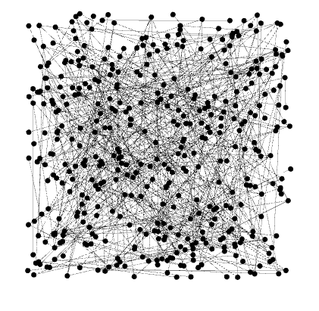
isailg/GraphLibrary keeps this Graphviz diagram as Graph Images/ErdosRenyi500.png. Above is the earlier version. Its source is kept beside it as GraphViz/ErdosRenyi500.gv.
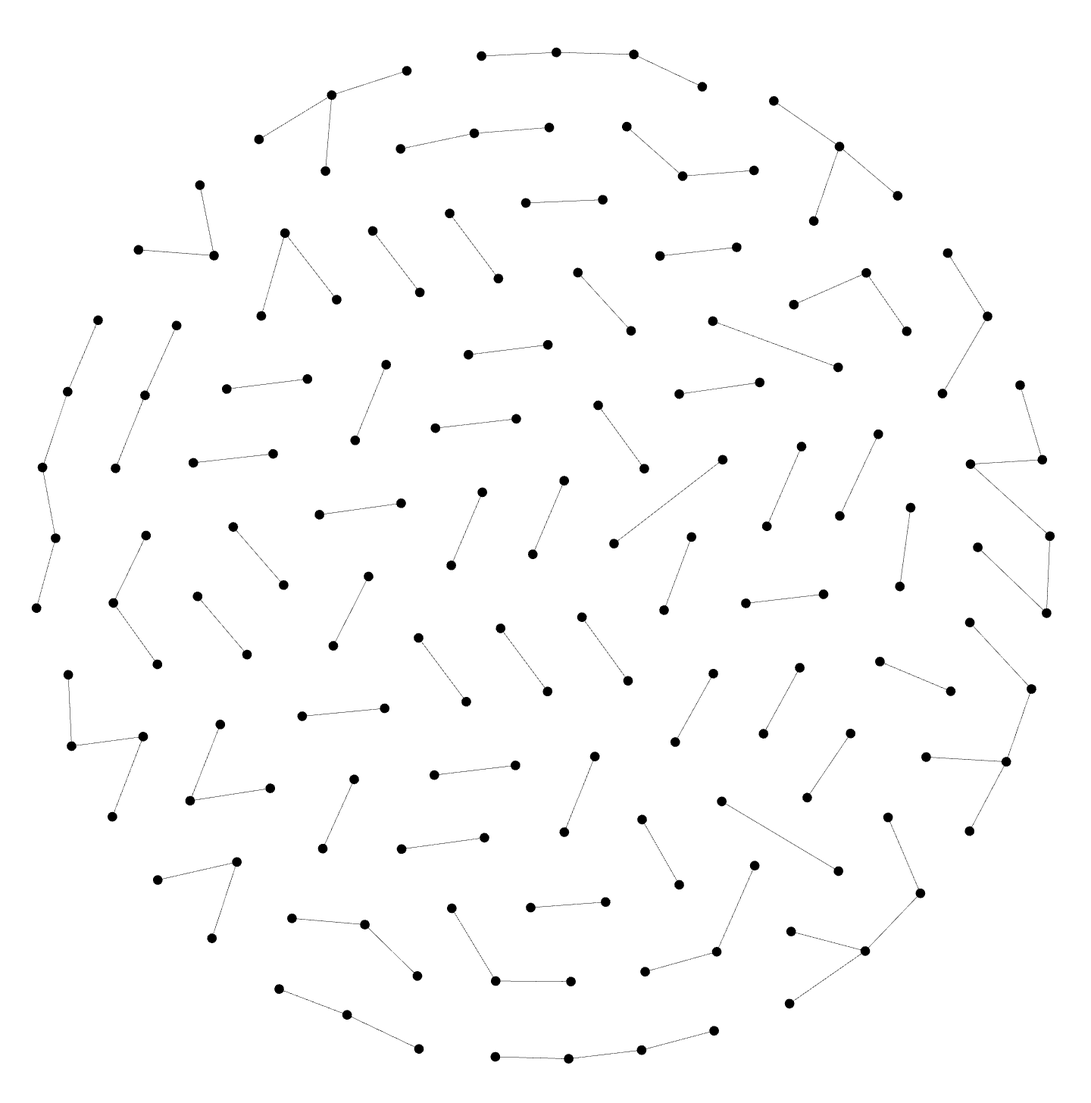
Later version of the same file.

Change to the diagram source:
```diff
@@ -1,500 +1,102 @@
-graph ErdosRenyi500 {
-406 -- 277;
-15 -- 267;
-332 -- 364;
-108 -- 253;
-45 -- 354;
-75 -- 10;
-459 -- 106;
-154 -- 304;
-342 -- 403;
-11 -- 48;
-279 -- 210;
-292 -- 8;
-276 -- 189;
-294 -- 18;
-130 -- 167;
-201 -- 285;
-47 -- 247;
-258 -- 485;
-287 -- 308;
-438 -- 449;
-479 -- 308;
-136 -- 29;
-306 -- 454;
-449 -- 433;
-431 -- 189;
-456 -- 349;
-142 -- 23;
-176 -- 149;
-75 -- 477;
-25 -- 173;
-114 -- 236;
-405 -- 284;
-131 -- 115;
-77 -- 235;
-294 -- 456;
-195 -- 204;
-363 -- 461;
-276 -- 201;
-124 -- 426;
-67 -- 74;
-342 -- 313;
-359 -- 342;
-348 -- 47;
-121 -- 185;
-115 -- 337;
-30 -- 158;
-268 -- 362;
-413 -- 424;
-291 -- 330;
-115 -- 160;
-273 -- 452;
-376 -- 153;
-12 -- 307;
-424 -- 430;
-110 -- 30;
-484 -- 296;
-156 -- 66;
-462 -- 15;
-107 -- 83;
-121 -- 132;
-25 -- 144;
-8 -- 369;
-189 -- 17;
-319 -- 114;
-275 -- 9;
-260 -- 157;
-325 -- 197;
-472 -- 216;
-406 -- 160;
-365 -- 120;
-8 -- 481;
-275 -- 220;
-101 -- 430;
-197 -- 346;
-199 -- 306;
-309 -- 68;
-420 -- 474;
-364 -- 200;
-316 -- 54;
-410 -- 333;
-6 -- 382;
-111 -- 473;
-116 -- 380;
-131 -- 255;
-166 -- 3;
-480 -- 287;
-301 -- 233;
-214 -- 496;
-220 -- 460;
-288 -- 232;
-93 -- 79;
-420 -- 51;
-30 -- 149;
-479 -- 129;
-310 -- 130;
-227 -- 233;
-41 -- 62;
-36 -- 172;
-12 -- 251;
-23 -- 412;
-107 -- 257;
-407 -- 325;
-231 -- 35;
-240 -- 262;
-443 -- 146;
-358 -- 45;
-344 -- 379;
-396 -- 39;
-355 -- 1;
-223 -- 354;
-149 -- 205;
-374 -- 38;
-431 -- 350;
-299 -- 201;
-114 -- 49;
-476 -- 290;
-85 -- 209;
-396 -- 492;
-83 -- 234;
-391 -- 193;
-177 -- 281;
-213 -- 38;
-54 -- 198;
-159 -- 376;
-235 -- 461;
-479 -- 336;
-254 -- 270;
-52 -- 142;
-383 -- 245;
-255 -- 479;
-103 -- 408;
-386 -- 414;
-245 -- 243;
-396 -- 74;
-375 -- 243;
-47 -- 483;
-487 -- 440;
-304 -- 451;
-488 -- 72;
-304 -- 212;
-309 -- 156;
-127 -- 439;
-382 -- 413;
-19 -- 98;
-9 -- 438;
-17 -- 346;
-40 -- 7;
-128 -- 4;
-67 -- 38;
-308 -- 150;
-307 -- 186;
-484 -- 374;
-277 -- 158;
-379 -- 122;
-178 -- 285;
-169 -- 333;
-445 -- 81;
-193 -- 59;
-326 -- 229;
-128 -- 204;
-124 -- 260;
-325 -- 442;
-60 -- 257;
-183 -- 398;
-489 -- 159;
-113 -- 377;
-443 -- 21;
-350 -- 93;
-451 -- 308;
-35 -- 287;
-96 -- 34;
-53 -- 479;
-75 -- 374;
-300 -- 499;
-216 -- 280;
-227 -- 19;
-277 -- 129;
-256 -- 190;
-343 -- 35;
-54 -- 21;
-397 -- 1;
-132 -- 445;
-259 -- 36;
-88 -- 321;
-76 -- 49;
-468 -- 298;
-195 -- 82;
-126 -- 272;
-59 -- 257;
-268 -- 303;
-304 -- 179;
-275 -- 208;
-381 -- 355;
-485 -- 37;
-193 -- 495;
-120 -- 242;
-354 -- 332;
-402 -- 477;
-220 -- 438;
-290 -- 223;
-431 -- 56;
-256 -- 71;
-32 -- 406;
-209 -- 435;
-23 -- 19;
-471 -- 330;
-108 -- 494;
-442 -- 86;
-495 -- 176;
-358 -- 369;
-324 -- 274;
-166 -- 154;
-320 -- 83;
-224 -- 278;
-429 -- 181;
-26 -- 151;
-349 -- 115;
-239 -- 52;
-235 -- 472;
-472 -- 67;
-166 -- 436;
-362 -- 184;
-223 -- 251;
-201 -- 57;
-441 -- 189;
-174 -- 159;
-438 -- 244;
-465 -- 419;
-345 -- 51;
-334 -- 327;
-320 -- 368;
-349 -- 432;
-498 -- 334;
-278 -- 412;
-240 -- 406;
-273 -- 361;
-274 -- 411;
-129 -- 7;
-12 -- 43;
-451 -- 122;
-458 -- 316;
-1 -- 51;
-423 -- 13;
-355 -- 186;
-51 -- 276;
-451 -- 239;
-208 -- 415;
-333 -- 423;
-358 -- 39;
-5 -- 143;
-403 -- 44;
-112 -- 29;
-340 -- 436;
-394 -- 115;
-105 -- 186;
-230 -- 204;
-203 -- 153;
-71 -- 37;
-400 -- 427;
-92 -- 16;
-46 -- 360;
-74 -- 301;
-400 -- 168;
-372 -- 461;
-59 -- 136;
-355 -- 110;
-254 -- 334;
-195 -- 383;
-269 -- 154;
-459 -- 181;
-453 -- 393;
-351 -- 405;
-82 -- 263;
-484 -- 307;
-403 -- 468;
-119 -- 210;
-71 -- 70;
-75 -- 68;
-4 -- 298;
-499 -- 135;
-391 -- 197;
-252 -- 340;
-349 -- 413;
-281 -- 165;
-40 -- 239;
-135 -- 387;
-119 -- 498;
-361 -- 424;
-225 -- 57;
-197 -- 25;
-223 -- 356;
-98 -- 225;
-2 -- 100;
-168 -- 202;
-235 -- 313;
-51 -- 141;
-105 -- 267;
-42 -- 116;
-224 -- 433;
-442 -- 391;
-385 -- 328;
-237 -- 115;
-141 -- 209;
-139 -- 342;
-499 -- 346;
-398 -- 40;
-409 -- 312;
-264 -- 446;
-367 -- 497;
-284 -- 47;
-160 -- 180;
-449 -- 30;
-408 -- 253;
-490 -- 363;
-68 -- 7;
-402 -- 467;
-241 -- 263;
-353 -- 361;
-265 -- 472;
-386 -- 302;
-181 -- 151;
-85 -- 43;
-45 -- 39;
-244 -- 157;
-144 -- 448;
-192 -- 467;
-390 -- 56;
-384 -- 156;
-136 -- 480;
-167 -- 386;
-326 -- 387;
-381 -- 328;
-120 -- 223;
-5 -- 221;
+graph GeneratedGraphs(.gv)/ErdosRenyi500 {
+314 -- 429;
+377 -- 70;
+110 -- 280;
+371 -- 173;
+283 -- 480;
+385 -- 416;
+222 -- 185;
+33 -- 333;
+378 -- 360;
+5 -- 108;
+252 -- 28;
+327 -- 442;
+371 -- 125;
+488 -- 180;
+197 -- 240;
+194 -- 78;
+189 -- 182;
+219 -- 325;
+57 -- 76;
+82 -- 68;
+272 -- 177;
+135 -- 491;
+180 -- 61;
+464 -- 114;
+497 -- 151;
+184 -- 306;
+6 -- 209;
+417 -- 247;
+199 -- 401;
+67 -- 309;
+39 -- 163;
+56 -- 139;
+182 -- 236;
+198 -- 305;
+111 -- 52;
+216 -- 210;
+73 -- 399;
+70 -- 280;
+27 -- 206;
+29 -- 398;
+65 -- 27;
+186 -- 465;
+466 -- 57;
+167 -- 28;
+495 -- 331;
+246 -- 83;
+374 -- 84;
+93 -- 243;
+102 -- 65;
+213 -- 483;
+9 -- 126;
+293 -- 184;
+59 -- 133;
+410 -- 446;
+75 -- 452;
+214 -- 422;
+286 -- 157;
+21 -- 346;
+13 -- 213;
+303 -- 122;
+476 -- 175;
+278 -- 64;
+305 -- 383;
+130 -- 356;
+27 -- 391;
+247 -- 488;
+151 -- 483;
+449 -- 222;
+4 -- 493;
+449 -- 458;
+386 -- 175;
+485 -- 474;
+321 -- 395;
+53 -- 464;
+5 -- 75;
+75 -- 136;
+262 -- 442;
+118 -- 115;
+335 -- 210;
+85 -- 155;
+394 -- 87;
+257 -- 414;
+177 -- 456;
 491 -- 186;
-336 -- 157;
-59 -- 247;
-273 -- 462;
-271 -- 293;
-350 -- 252;
-362 -- 354;
-74 -- 323;
-29 -- 215;
-169 -- 242;
-417 -- 401;
-202 -- 459;
-395 -- 378;
-466 -- 178;
-325 -- 4;
-20 -- 111;
-364 -- 25;
-497 -- 81;
-394 -- 280;
-327 -- 457;
-201 -- 304;
-154 -- 417;
-105 -- 296;
-109 -- 493;
-70 -- 379;
-311 -- 206;
-18 -- 154;
-77 -- 344;
-431 -- 399;
-11 -- 16;
-256 -- 244;
-264 -- 196;
-336 -- 489;
-50 -- 132;
-112 -- 30;
-51 -- 262;
-486 -- 437;
-461 -- 216;
-214 -- 390;
-490 -- 112;
-60 -- 374;
-178 -- 380;
-228 -- 356;
-259 -- 241;
-379 -- 474;
-443 -- 275;
-433 -- 429;
-311 -- 210;
-8 -- 43;
-278 -- 300;
-95 -- 10;
-2 -- 323;
-270 -- 110;
-434 -- 498;
-162 -- 339;
-181 -- 185;
-219 -- 447;
-444 -- 438;
-50 -- 240;
-263 -- 406;
-188 -- 57;
-155 -- 164;
-31 -- 397;
-140 -- 31;
-270 -- 91;
-437 -- 93;
-465 -- 280;
-150 -- 301;
-291 -- 491;
-454 -- 48;
-466 -- 482;
-90 -- 211;
-437 -- 485;
-216 -- 350;
-318 -- 252;
-24 -- 43;
-484 -- 291;
-439 -- 61;
-189 -- 373;
-260 -- 224;
-214 -- 362;
-340 -- 444;
-185 -- 423;
-168 -- 309;
-330 -- 306;
-170 -- 451;
-315 -- 342;
-339 -- 82;
-235 -- 139;
-318 -- 75;
-176 -- 438;
-151 -- 207;
-174 -- 121;
-45 -- 393;
-230 -- 173;
-305 -- 131;
-485 -- 263;
-492 -- 44;
-416 -- 33;
-33 -- 108;
-35 -- 279;
-489 -- 497;
-287 -- 14;
-396 -- 435;
-445 -- 444;
-197 -- 425;
-0 -- 388;
-400 -- 137;
-365 -- 344;
-274 -- 68;
-128 -- 108;
-81 -- 447;
-446 -- 158;
-20 -- 428;
-181 -- 9;
-21 -- 374;
-172 -- 241;
-202 -- 353;
-18 -- 276;
-241 -- 370;
-436 -- 483;
-100 -- 267;
-161 -- 40;
-115 -- 175;
-93 -- 354;
-127 -- 453;
-480 -- 345;
-111 -- 318;
-441 -- 263;
-346 -- 13;
-65 -- 332;
-123 -- 191;
-100 -- 358;
-363 -- 217;
-497 -- 432;
-133 -- 150;
-390 -- 382;
-395 -- 122;
-156 -- 482;
-329 -- 113;
-139 -- 130;
-374 -- 339;
-117 -- 17;
-1 -- 266;
-279 -- 21;
-217 -- 360;
-43 -- 114;
-472 -- 145;
-307 -- 332;
-266 -- 251;
-437 -- 374;
-48 -- 70;
-319 -- 431;
-392 -- 458;
-420 -- 256;
-449 -- 445;
-305 -- 206;
-284 -- 327;
-466 -- 247;
-139 -- 57;
-407 -- 335;
-30 -- 440;
-39 -- 87;
-155 -- 84;
+436 -- 139;
+302 -- 211;
+404 -- 478;
+200 -- 205;
+493 -- 402;
+297 -- 350;
+80 -- 217;
+423 -- 428;
+497 -- 376;
+472 -- 486;
+318 -- 182;
+291 -- 130;
+499 -- 139;
+85 -- 366;
+15 -- 472;
+36 -- 117;
 }
```
